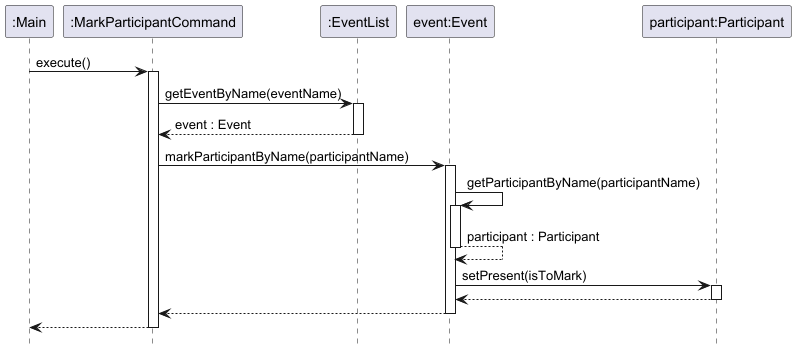
Earlier version of the PlantUML export docs/images/MarkParticipantSequenceDiagram.png (nus-cs2113-AY2425S1/tp).
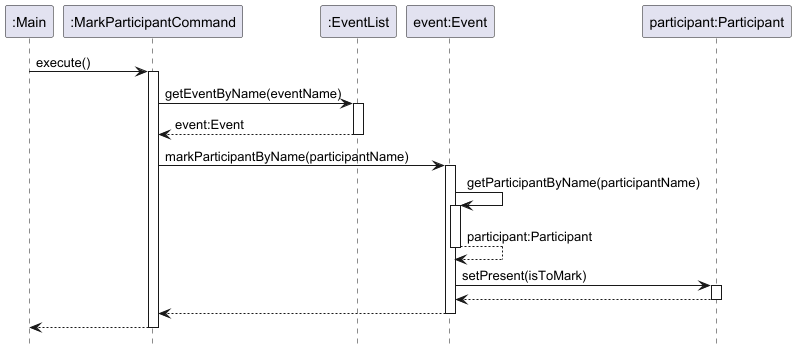
After the change.

What changed in the source:
```diff
@@ -14,7 +14,7 @@
 markCommand -> eventList : getEventByName(eventName)
 activate eventList
 
-eventList --> markCommand : event : Event
+eventList --> markCommand : event:Event
 deactivate eventList
 
 markCommand -> event : markParticipantByName(participantName)
@@ -23,7 +23,7 @@
 event -> event : getParticipantByName(participantName)
 activate event
 
-return participant : Participant
+return participant:Participant
 
 event -> participant : setPresent(isToMark)
 activate participant
```
